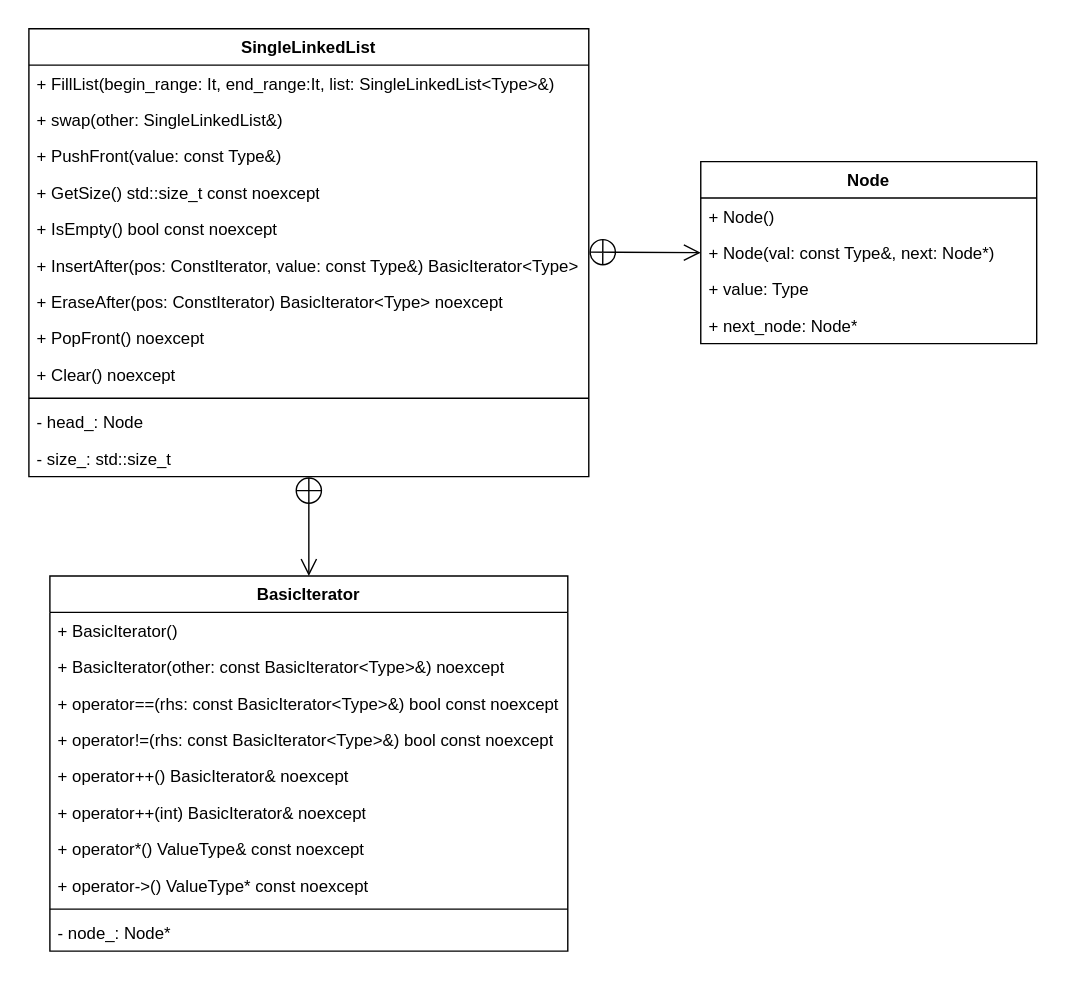
Before: single-linked-list/uml-single-linked-list.svg, a diagram exported from draw.io (Seredenko-V/cpp-single-linked-list). Source tidied: cells renumbered, new cells last; positions are measured from the earlier drawing's top-left corner, leaving out a move shared by most shapes.
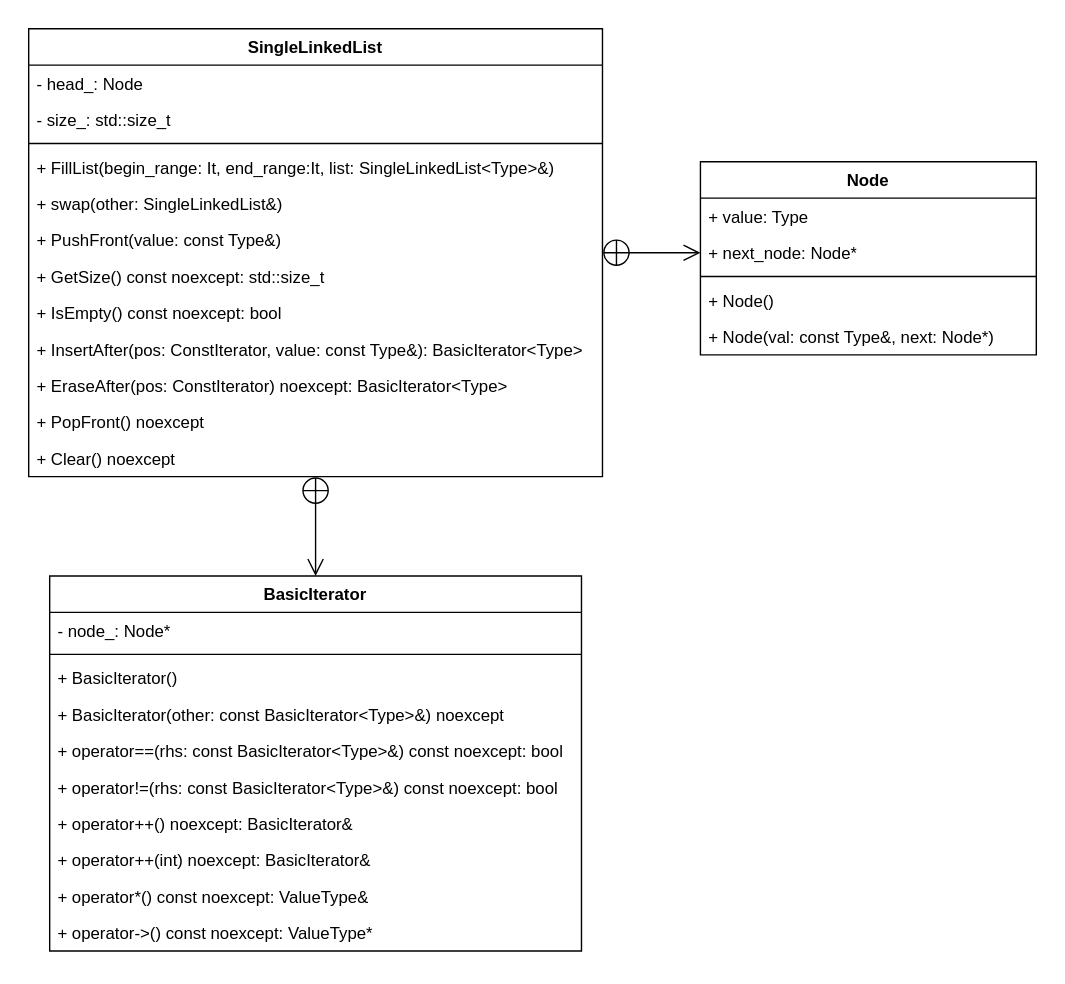
The same diagram one commit later.

What changed in the source:
```diff
@@ -3,100 +3,102 @@
     <mxCell id="0" />
     <mxCell id="1" parent="0" />
     <mxCell id="2" value="SingleLinkedList" style="swimlane;fontStyle=1;align=center;verticalAlign=top;horizontal=1;startSize=26;whiteSpace=wrap;html=1;" parent="1" vertex="1">
-      <mxGeometry width="400" height="320" as="geometry" />
+      <mxGeometry width="410" height="320" as="geometry" />
     </mxCell>
+    <mxCell id="13" value="- head_: Node" style="text;strokeColor=none;fillColor=none;align=left;verticalAlign=top;spacingLeft=4;spacingRight=4;overflow=hidden;whiteSpace=wrap;html=1;" parent="2" vertex="1">
+      <mxGeometry y="26" width="410" height="26" as="geometry" />
+    </mxCell>
+    <mxCell id="14" value="- size_: std::size_t" style="text;strokeColor=none;fillColor=none;align=left;verticalAlign=top;spacingLeft=4;spacingRight=4;overflow=hidden;whiteSpace=wrap;html=1;" parent="2" vertex="1">
+      <mxGeometry y="52" width="410" height="26" as="geometry" />
+    </mxCell>
+    <mxCell id="12" style="line;strokeWidth=1;fillColor=none;align=left;verticalAlign=middle;spacingTop=-1;spacingLeft=3;spacingRight=3;labelPosition=right;strokeColor=inherit;" parent="2" vertex="1">
+      <mxGeometry y="78" width="410" height="8" as="geometry" />
+    </mxCell>
     <mxCell id="3" value="+ FillList(begin_range: It, end_range:It, list: SingleLinkedList&amp;lt;Type&amp;gt;&amp;amp;)" style="text;strokeColor=none;fillColor=none;align=left;verticalAlign=top;spacingLeft=4;spacingRight=4;overflow=hidden;whiteSpace=wrap;html=1;" parent="2" vertex="1">
-      <mxGeometry y="26" width="400" height="26" as="geometry" />
+      <mxGeometry y="86" width="410" height="26" as="geometry" />
     </mxCell>
     <mxCell id="4" value="+ swap(other: SingleLinkedList&amp;amp;)" style="text;strokeColor=none;fillColor=none;align=left;verticalAlign=top;spacingLeft=4;spacingRight=4;overflow=hidden;whiteSpace=wrap;html=1;" parent="2" vertex="1">
-      <mxGeometry y="52" width="400" height="26" as="geometry" />
+      <mxGeometry y="112" width="410" height="26" as="geometry" />
     </mxCell>
     <mxCell id="5" value="+ PushFront(value: const Type&amp;amp;)" style="text;strokeColor=none;fillColor=none;align=left;verticalAlign=top;spacingLeft=4;spacingRight=4;overflow=hidden;whiteSpace=wrap;html=1;" parent="2" vertex="1">
-      <mxGeometry y="78" width="400" height="26" as="geometry" />
+      <mxGeometry y="138" width="410" height="26" as="geometry" />
     </mxCell>
-    <mxCell id="6" value="+ GetSize() std::size_t const&amp;nbsp;noexcept" style="text;strokeColor=none;fillColor=none;align=left;verticalAlign=top;spacingLeft=4;spacingRight=4;overflow=hidden;whiteSpace=wrap;html=1;" parent="2" vertex="1">
-      <mxGeometry y="104" width="400" height="26" as="geometry" />
+    <mxCell id="6" value="+ GetSize() const&amp;nbsp;noexcept:&amp;nbsp;std::size_t" style="text;strokeColor=none;fillColor=none;align=left;verticalAlign=top;spacingLeft=4;spacingRight=4;overflow=hidden;whiteSpace=wrap;html=1;" parent="2" vertex="1">
+      <mxGeometry y="164" width="410" height="26" as="geometry" />
     </mxCell>
-    <mxCell id="7" value="+ IsEmpty() bool const&amp;nbsp;noexcept" style="text;strokeColor=none;fillColor=none;align=left;verticalAlign=top;spacingLeft=4;spacingRight=4;overflow=hidden;whiteSpace=wrap;html=1;" parent="2" vertex="1">
-      <mxGeometry y="130" width="400" height="26" as="geometry" />
+    <mxCell id="7" value="+ IsEmpty() const&amp;nbsp;noexcept: bool" style="text;strokeColor=none;fillColor=none;align=left;verticalAlign=top;spacingLeft=4;spacingRight=4;overflow=hidden;whiteSpace=wrap;html=1;" parent="2" vertex="1">
+      <mxGeometry y="190" width="410" height="26" as="geometry" />
     </mxCell>
-    <mxCell id="8" value="+ InsertAfter(pos: ConstIterator, value: const Type&amp;amp;)&amp;nbsp;BasicIterator&amp;lt;Type&amp;gt;" style="text;strokeColor=none;fillColor=none;align=left;verticalAlign=top;spacingLeft=4;spacingRight=4;overflow=hidden;whiteSpace=wrap;html=1;" parent="2" vertex="1">
-      <mxGeometry y="156" width="400" height="26" as="geometry" />
+    <mxCell id="8" value="+ InsertAfter(pos: ConstIterator, value: const Type&amp;amp;): BasicIterator&amp;lt;Type&amp;gt;" style="text;strokeColor=none;fillColor=none;align=left;verticalAlign=top;spacingLeft=4;spacingRight=4;overflow=hidden;whiteSpace=wrap;html=1;" parent="2" vertex="1">
+      <mxGeometry y="216" width="410" height="26" as="geometry" />
     </mxCell>
-    <mxCell id="9" value="+ EraseAfter(pos: ConstIterator)&amp;nbsp;BasicIterator&amp;lt;Type&amp;gt;&amp;nbsp;noexcept" style="text;strokeColor=none;fillColor=none;align=left;verticalAlign=top;spacingLeft=4;spacingRight=4;overflow=hidden;whiteSpace=wrap;html=1;" parent="2" vertex="1">
-      <mxGeometry y="182" width="400" height="26" as="geometry" />
+    <mxCell id="9" value="+ EraseAfter(pos: ConstIterator) noexcept: BasicIterator&amp;lt;Type&amp;gt;&amp;nbsp;" style="text;strokeColor=none;fillColor=none;align=left;verticalAlign=top;spacingLeft=4;spacingRight=4;overflow=hidden;whiteSpace=wrap;html=1;" parent="2" vertex="1">
+      <mxGeometry y="242" width="410" height="26" as="geometry" />
     </mxCell>
     <mxCell id="10" value="+ PopFront() noexcept" style="text;strokeColor=none;fillColor=none;align=left;verticalAlign=top;spacingLeft=4;spacingRight=4;overflow=hidden;whiteSpace=wrap;html=1;" parent="2" vertex="1">
-      <mxGeometry y="208" width="400" height="26" as="geometry" />
+      <mxGeometry y="268" width="410" height="26" as="geometry" />
     </mxCell>
     <mxCell id="11" value="+ Clear() noexcept" style="text;strokeColor=none;fillColor=none;align=left;verticalAlign=top;spacingLeft=4;spacingRight=4;overflow=hidden;whiteSpace=wrap;html=1;" parent="2" vertex="1">
-      <mxGeometry y="234" width="400" height="26" as="geometry" />
+      <mxGeometry y="294" width="410" height="26" as="geometry" />
     </mxCell>
-    <mxCell id="12" style="line;strokeWidth=1;fillColor=none;align=left;verticalAlign=middle;spacingTop=-1;spacingLeft=3;spacingRight=3;labelPosition=right;strokeColor=inherit;" parent="2" vertex="1">
-      <mxGeometry y="260" width="400" height="8" as="geometry" />
-    </mxCell>
-    <mxCell id="13" value="- head_: Node" style="text;strokeColor=none;fillColor=none;align=left;verticalAlign=top;spacingLeft=4;spacingRight=4;overflow=hidden;whiteSpace=wrap;html=1;" parent="2" vertex="1">
-      <mxGeometry y="268" width="400" height="26" as="geometry" />
-    </mxCell>
-    <mxCell id="14" value="- size_: std::size_t" style="text;strokeColor=none;fillColor=none;align=left;verticalAlign=top;spacingLeft=4;spacingRight=4;overflow=hidden;whiteSpace=wrap;html=1;" parent="2" vertex="1">
-      <mxGeometry y="294" width="400" height="26" as="geometry" />
-    </mxCell>
-    <mxCell id="15" style="endArrow=open;startArrow=circlePlus;endFill=0;startFill=0;endSize=10;html=1;rounded=0;startSize=8;" parent="1" edge="1">
+    <mxCell id="15" style="endArrow=open;startArrow=circlePlus;endFill=0;startFill=0;endSize=10;html=1;rounded=0;startSize=8;exitX=1;exitY=0.5;exitDx=0;exitDy=0;" parent="1" edge="1" source="2">
       <mxGeometry relative="1" as="geometry">
-        <mxPoint x="400" y="159.6" as="sourcePoint" />
-        <mxPoint x="480" y="160" as="targetPoint" />
+        <mxPoint x="480" y="160.1" as="targetPoint" />
       </mxGeometry>
     </mxCell>
     <mxCell id="16" value="Node" style="swimlane;fontStyle=1;align=center;verticalAlign=top;horizontal=1;startSize=26;whiteSpace=wrap;html=1;" parent="1" vertex="1">
-      <mxGeometry x="480" y="95" width="240" height="130" as="geometry" />
+      <mxGeometry x="480" y="95" width="240" height="138" as="geometry" />
     </mxCell>
+    <mxCell id="19" value="+ value: Type" style="text;strokeColor=none;fillColor=none;align=left;verticalAlign=top;spacingLeft=4;spacingRight=4;overflow=hidden;whiteSpace=wrap;html=1;" parent="16" vertex="1">
+      <mxGeometry y="26" width="240" height="26" as="geometry" />
+    </mxCell>
+    <mxCell id="20" value="+ next_node: Node*" style="text;strokeColor=none;fillColor=none;align=left;verticalAlign=top;spacingLeft=4;spacingRight=4;overflow=hidden;whiteSpace=wrap;html=1;" parent="16" vertex="1">
+      <mxGeometry y="52" width="240" height="26" as="geometry" />
+    </mxCell>
+    <mxCell id="33" style="line;strokeWidth=1;fillColor=none;align=left;verticalAlign=middle;spacingTop=-1;spacingLeft=3;spacingRight=3;labelPosition=right;strokeColor=inherit;" parent="16" vertex="1">
+      <mxGeometry y="78" width="240" height="8" as="geometry" />
+    </mxCell>
     <mxCell id="17" value="+ Node()" style="text;strokeColor=none;fillColor=none;align=left;verticalAlign=top;spacingLeft=4;spacingRight=4;overflow=hidden;whiteSpace=wrap;html=1;" parent="16" vertex="1">
-      <mxGeometry y="26" width="240" height="26" as="geometry" />
+      <mxGeometry y="86" width="240" height="26" as="geometry" />
     </mxCell>
     <mxCell id="18" value="+ Node(val:&amp;nbsp;const Type&amp;amp;, next: Node*)" style="text;strokeColor=none;fillColor=none;align=left;verticalAlign=top;spacingLeft=4;spacingRight=4;overflow=hidden;whiteSpace=wrap;html=1;" parent="16" vertex="1">
-      <mxGeometry y="52" width="240" height="26" as="geometry" />
+      <mxGeometry y="112" width="240" height="26" as="geometry" />
     </mxCell>
-    <mxCell id="19" value="+ value: Type" style="text;strokeColor=none;fillColor=none;align=left;verticalAlign=top;spacingLeft=4;spacingRight=4;overflow=hidden;whiteSpace=wrap;html=1;" parent="16" vertex="1">
-      <mxGeometry y="78" width="240" height="26" as="geometry" />
-    </mxCell>
-    <mxCell id="20" value="+ next_node: Node*" style="text;strokeColor=none;fillColor=none;align=left;verticalAlign=top;spacingLeft=4;spacingRight=4;overflow=hidden;whiteSpace=wrap;html=1;" parent="16" vertex="1">
-      <mxGeometry y="104" width="240" height="26" as="geometry" />
-    </mxCell>
     <mxCell id="21" style="endArrow=open;startArrow=circlePlus;endFill=0;startFill=0;endSize=10;html=1;rounded=0;exitX=0.5;exitY=1;exitDx=0;exitDy=0;entryX=0.5;entryY=0;entryDx=0;entryDy=0;startSize=8;" parent="1" edge="1" source="2" target="22">
       <mxGeometry relative="1" as="geometry" />
     </mxCell>
     <mxCell id="22" value="BasicIterator" style="swimlane;fontStyle=1;align=center;verticalAlign=top;horizontal=1;startSize=26;whiteSpace=wrap;html=1;" parent="1" vertex="1">
-      <mxGeometry x="15" y="391" width="370" height="268" as="geometry" />
+      <mxGeometry x="15" y="391" width="380" height="268" as="geometry" />
     </mxCell>
+    <mxCell id="32" value="- node_: Node*" style="text;strokeColor=none;fillColor=none;align=left;verticalAlign=top;spacingLeft=4;spacingRight=4;overflow=hidden;whiteSpace=wrap;html=1;" parent="22" vertex="1">
+      <mxGeometry y="26" width="380" height="26" as="geometry" />
+    </mxCell>
+    <mxCell id="31" style="line;strokeWidth=1;fillColor=none;align=left;verticalAlign=middle;spacingTop=-1;spacingLeft=3;spacingRight=3;labelPosition=right;strokeColor=inherit;" parent="22" vertex="1">
+      <mxGeometry y="52" width="380" height="8" as="geometry" />
+    </mxCell>
     <mxCell id="23" value="+ BasicIterator()" style="text;strokeColor=none;fillColor=none;align=left;verticalAlign=top;spacingLeft=4;spacingRight=4;overflow=hidden;whiteSpace=wrap;html=1;" parent="22" vertex="1">
-      <mxGeometry y="26" width="370" height="26" as="geometry" />
+      <mxGeometry y="60" width="380" height="26" as="geometry" />
     </mxCell>
     <mxCell id="24" value="+ BasicIterator(other: const BasicIterator&amp;lt;Type&amp;gt;&amp;amp;) noexcept" style="text;strokeColor=none;fillColor=none;align=left;verticalAlign=top;spacingLeft=4;spacingRight=4;overflow=hidden;whiteSpace=wrap;html=1;" parent="22" vertex="1">
-      <mxGeometry y="52" width="370" height="26" as="geometry" />
+      <mxGeometry y="86" width="380" height="26" as="geometry" />
     </mxCell>
-    <mxCell id="25" value="+ operator==(rhs: const BasicIterator&amp;lt;Type&amp;gt;&amp;amp;)&amp;nbsp;bool const noexcept" style="text;strokeColor=none;fillColor=none;align=left;verticalAlign=top;spacingLeft=4;spacingRight=4;overflow=hidden;whiteSpace=wrap;html=1;" parent="22" vertex="1">
-      <mxGeometry y="78" width="370" height="26" as="geometry" />
+    <mxCell id="25" value="+ operator==(rhs: const BasicIterator&amp;lt;Type&amp;gt;&amp;amp;) const noexcept:&amp;nbsp;bool" style="text;strokeColor=none;fillColor=none;align=left;verticalAlign=top;spacingLeft=4;spacingRight=4;overflow=hidden;whiteSpace=wrap;html=1;" parent="22" vertex="1">
+      <mxGeometry y="112" width="380" height="26" as="geometry" />
     </mxCell>
-    <mxCell id="26" value="+ operator!=(rhs: const BasicIterator&amp;lt;Type&amp;gt;&amp;amp;)&amp;nbsp;bool const noexcept" style="text;strokeColor=none;fillColor=none;align=left;verticalAlign=top;spacingLeft=4;spacingRight=4;overflow=hidden;whiteSpace=wrap;html=1;" parent="22" vertex="1">
-      <mxGeometry y="104" width="370" height="26" as="geometry" />
+    <mxCell id="26" value="+ operator!=(rhs: const BasicIterator&amp;lt;Type&amp;gt;&amp;amp;) const noexcept: bool" style="text;strokeColor=none;fillColor=none;align=left;verticalAlign=top;spacingLeft=4;spacingRight=4;overflow=hidden;whiteSpace=wrap;html=1;" parent="22" vertex="1">
+      <mxGeometry y="138" width="380" height="26" as="geometry" />
     </mxCell>
-    <mxCell id="27" value="+ operator++() BasicIterator&amp;amp; noexcept" style="text;strokeColor=none;fillColor=none;align=left;verticalAlign=top;spacingLeft=4;spacingRight=4;overflow=hidden;whiteSpace=wrap;html=1;" parent="22" vertex="1">
-      <mxGeometry y="130" width="370" height="26" as="geometry" />
+    <mxCell id="27" value="+ operator++() noexcept: BasicIterator&amp;amp;" style="text;strokeColor=none;fillColor=none;align=left;verticalAlign=top;spacingLeft=4;spacingRight=4;overflow=hidden;whiteSpace=wrap;html=1;" parent="22" vertex="1">
+      <mxGeometry y="164" width="380" height="26" as="geometry" />
     </mxCell>
-    <mxCell id="28" value="+ operator++(int) BasicIterator&amp;amp; noexcept" style="text;strokeColor=none;fillColor=none;align=left;verticalAlign=top;spacingLeft=4;spacingRight=4;overflow=hidden;whiteSpace=wrap;html=1;" parent="22" vertex="1">
-      <mxGeometry y="156" width="370" height="26" as="geometry" />
+    <mxCell id="28" value="+ operator++(int) noexcept: BasicIterator&amp;amp;" style="text;strokeColor=none;fillColor=none;align=left;verticalAlign=top;spacingLeft=4;spacingRight=4;overflow=hidden;whiteSpace=wrap;html=1;" parent="22" vertex="1">
+      <mxGeometry y="190" width="380" height="26" as="geometry" />
     </mxCell>
-    <mxCell id="29" value="+ operator*()&amp;nbsp;ValueType&amp;amp; const noexcept" style="text;strokeColor=none;fillColor=none;align=left;verticalAlign=top;spacingLeft=4;spacingRight=4;overflow=hidden;whiteSpace=wrap;html=1;" parent="22" vertex="1">
-      <mxGeometry y="182" width="370" height="26" as="geometry" />
+    <mxCell id="29" value="+ operator*() const noexcept: ValueType&amp;amp;" style="text;strokeColor=none;fillColor=none;align=left;verticalAlign=top;spacingLeft=4;spacingRight=4;overflow=hidden;whiteSpace=wrap;html=1;" parent="22" vertex="1">
+      <mxGeometry y="216" width="380" height="26" as="geometry" />
     </mxCell>
-    <mxCell id="30" value="+ operator-&amp;gt;()&amp;nbsp;ValueType* const noexcept" style="text;strokeColor=none;fillColor=none;align=left;verticalAlign=top;spacingLeft=4;spacingRight=4;overflow=hidden;whiteSpace=wrap;html=1;" parent="22" vertex="1">
-      <mxGeometry y="208" width="370" height="26" as="geometry" />
+    <mxCell id="30" value="+ operator-&amp;gt;() const noexcept: ValueType*" style="text;strokeColor=none;fillColor=none;align=left;verticalAlign=top;spacingLeft=4;spacingRight=4;overflow=hidden;whiteSpace=wrap;html=1;" parent="22" vertex="1">
+      <mxGeometry y="242" width="380" height="26" as="geometry" />
     </mxCell>
-    <mxCell id="31" style="line;strokeWidth=1;fillColor=none;align=left;verticalAlign=middle;spacingTop=-1;spacingLeft=3;spacingRight=3;labelPosition=right;strokeColor=inherit;" parent="22" vertex="1">
-      <mxGeometry y="234" width="370" height="8" as="geometry" />
-    </mxCell>
-    <mxCell id="32" value="- node_: Node*" style="text;strokeColor=none;fillColor=none;align=left;verticalAlign=top;spacingLeft=4;spacingRight=4;overflow=hidden;whiteSpace=wrap;html=1;" parent="22" vertex="1">
-      <mxGeometry y="242" width="370" height="26" as="geometry" />
-    </mxCell>
   </root>
 </mxGraphModel>
```
